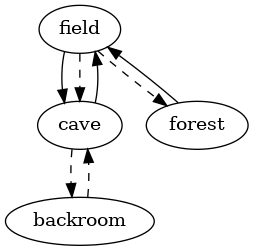
The Graphviz diagram HeldermanAdventure/images/map.png in Dev-10sky/My-C-Practice-Files, before a commit. Its source is kept beside it as HeldermanAdventure/dot_files/map.gv.
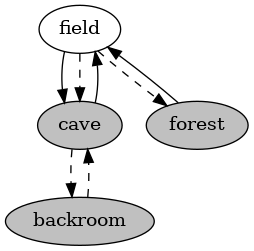
Later version of the same file.

Diff of the diagram source:
```diff
@@ -1,4 +1,5 @@
 digraph map {
+	node [style=filled]
 	field -> cave
 	field -> cave [style=dashed]
 	cave -> field
@@ -6,4 +7,8 @@
 	forest -> field
 	cave -> backroom [style=dashed]
 	backroom -> cave [style=dashed]
+	backroom [fillcolor=grey]
+	field [fillcolor=white]
+	forest [fillcolor=grey]
+	cave [fillcolor=grey]
 }
```
